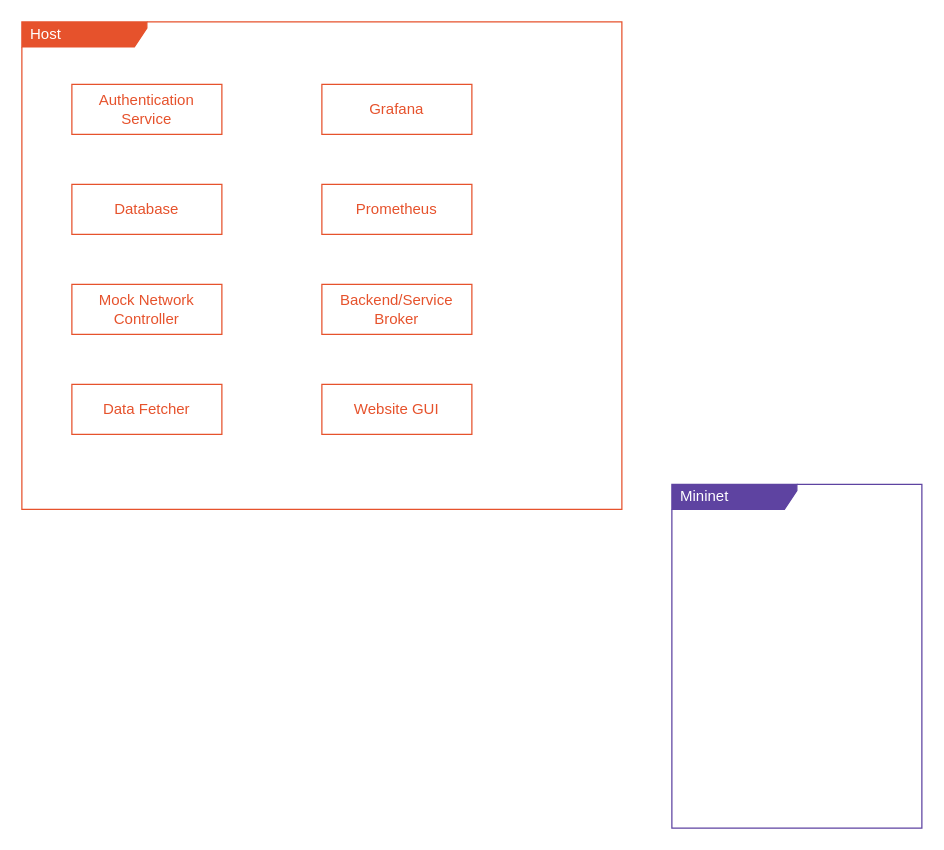
Above: page "Domain Model" (3 of 7) of documentation/diagrams/diagram-models.drawio in detiuaveiro/PECI-05-2022-23 (draw.io), before the change. Source tidied: cells renumbered, new cells numbered last; positions are measured from the earlier drawing's top-left corner, leaving out a move shared by most shapes. Both pictures are drawn from the tidied source at 125%, with x=0, y=0 at pixel (21, 21).
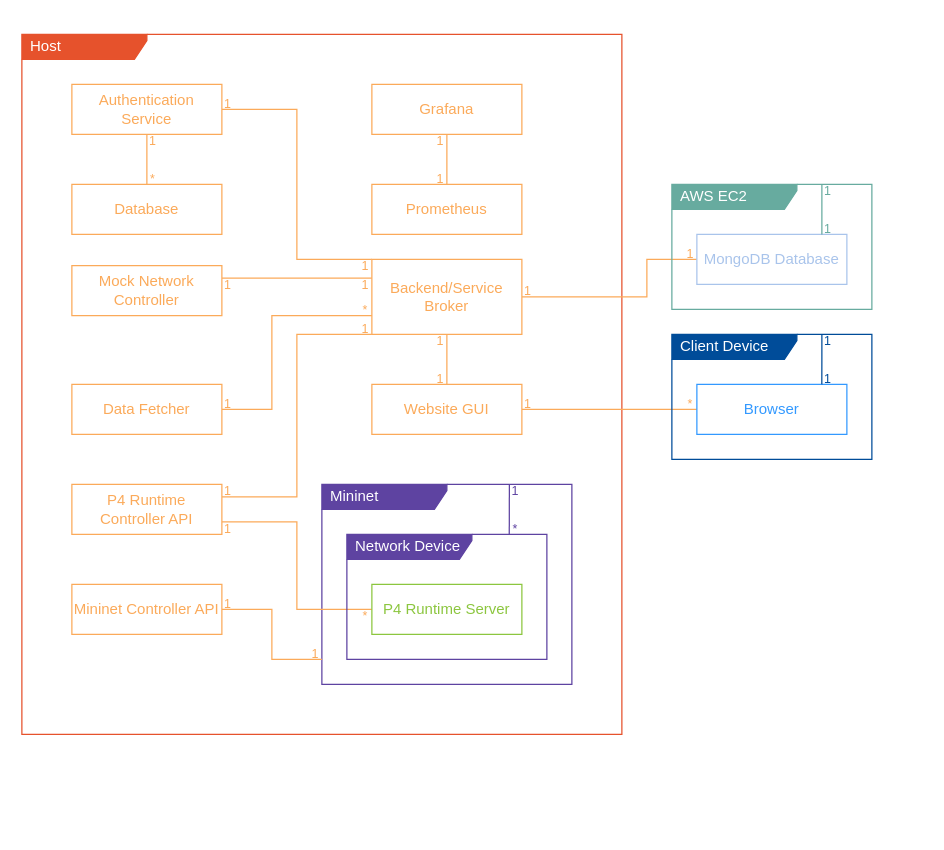
The same page after the edit.

Change to the diagram source:
```diff
@@
     <mxCell id="2" value="&lt;font color=&quot;#ffffff&quot;&gt;Host&lt;br&gt;&lt;/font&gt;" style="shape=umlFrame;whiteSpace=wrap;html=1;width=100;height=20;boundedLbl=1;verticalAlign=middle;align=left;spacingLeft=5;fontColor=#0066CC;fillColor=#E6522C;strokeColor=#E6522C;" parent="1" vertex="1">
-      <mxGeometry width="480" height="390" as="geometry" />
+      <mxGeometry y="10" width="480" height="560" as="geometry" />
     </mxCell>
     <mxCell id="3" value="&lt;font color=&quot;#ffffff&quot;&gt;Mininet&lt;/font&gt;" style="shape=umlFrame;whiteSpace=wrap;html=1;width=100;height=20;boundedLbl=1;verticalAlign=middle;align=left;spacingLeft=5;fontColor=#0066CC;fillColor=#5E43A1;strokeColor=#5E43A1;" parent="1" vertex="1">
-      <mxGeometry x="520" y="370" width="200" height="275" as="geometry" />
+      <mxGeometry x="240" y="370" width="200" height="160" as="geometry" />
     </mxCell>
+    <mxCell id="12" style="edgeStyle=orthogonalEdgeStyle;rounded=0;jettySize=auto;html=1;exitX=0.5;exitY=1;exitDx=0;exitDy=0;entryX=0.5;entryY=0;entryDx=0;entryDy=0;fontColor=#E6522C;strokeColor=#FBAA5A;endArrow=none;endFill=0;" parent="1" edge="1" source="4" target="5">
+      <mxGeometry relative="1" as="geometry" />
+    </mxCell>
+    <mxCell id="13" style="edgeStyle=orthogonalEdgeStyle;rounded=0;jettySize=auto;html=1;exitX=1;exitY=0.5;exitDx=0;exitDy=0;entryX=0;entryY=0;entryDx=0;entryDy=0;strokeColor=#FBAA5A;endArrow=none;endFill=0;" parent="1" edge="1" source="4" target="9">
+      <mxGeometry relative="1" as="geometry">
+        <Array as="points">
+          <mxPoint x="220" y="70" />
+          <mxPoint x="220" y="190" />
+        </Array>
+      </mxGeometry>
+    </mxCell>
-    <mxCell id="4" value="Authentication Service" style="html=1;whiteSpace=wrap;strokeColor=#E6522C;fontColor=#E6522C;" parent="1" vertex="1">
+    <mxCell id="4" value="Authentication Service" style="html=1;whiteSpace=wrap;strokeColor=#FBAA5A;fontColor=#FBAA5A;" parent="1" vertex="1">
       <mxGeometry x="40" y="50" width="120" height="40" as="geometry" />
     </mxCell>
-    <mxCell id="5" value="Database" style="html=1;whiteSpace=wrap;strokeColor=#E6522C;fontColor=#E6522C;" parent="1" vertex="1">
+    <mxCell id="5" value="Database" style="html=1;whiteSpace=wrap;strokeColor=#FBAA5A;fontColor=#FBAA5A;" parent="1" vertex="1">
       <mxGeometry x="40" y="130" width="120" height="40" as="geometry" />
     </mxCell>
+    <mxCell id="14" style="edgeStyle=orthogonalEdgeStyle;rounded=0;jettySize=auto;html=1;exitX=0.5;exitY=1;exitDx=0;exitDy=0;entryX=0.5;entryY=0;entryDx=0;entryDy=0;endArrow=none;endFill=0;strokeColor=#FBAA5A;" parent="1" edge="1" source="6" target="7">
+      <mxGeometry relative="1" as="geometry" />
+    </mxCell>
-    <mxCell id="6" value="Grafana" style="html=1;whiteSpace=wrap;strokeColor=#E6522C;fontColor=#E6522C;" parent="1" vertex="1">
-      <mxGeometry x="240" y="50" width="120" height="40" as="geometry" />
+    <mxCell id="6" value="Grafana" style="html=1;whiteSpace=wrap;strokeColor=#FBAA5A;fontColor=#FBAA5A;" parent="1" vertex="1">
+      <mxGeometry x="280" y="50" width="120" height="40" as="geometry" />
     </mxCell>
-    <mxCell id="7" value="Prometheus" style="html=1;whiteSpace=wrap;strokeColor=#E6522C;fontColor=#E6522C;" parent="1" vertex="1">
-      <mxGeometry x="240" y="130" width="120" height="40" as="geometry" />
+    <mxCell id="7" value="Prometheus" style="html=1;whiteSpace=wrap;strokeColor=#FBAA5A;fontColor=#FBAA5A;" parent="1" vertex="1">
+      <mxGeometry x="280" y="130" width="120" height="40" as="geometry" />
     </mxCell>
+    <mxCell id="15" style="edgeStyle=orthogonalEdgeStyle;rounded=0;jettySize=auto;html=1;exitX=1;exitY=0.25;exitDx=0;exitDy=0;entryX=0;entryY=0.25;entryDx=0;entryDy=0;strokeColor=#FBAA5A;endArrow=none;endFill=0;" parent="1" edge="1" source="8" target="9">
+      <mxGeometry relative="1" as="geometry">
+        <Array as="points">
+          <mxPoint x="160" y="205" />
+        </Array>
+      </mxGeometry>
+    </mxCell>
-    <mxCell id="8" value="Mock Network Controller" style="html=1;whiteSpace=wrap;strokeColor=#E6522C;fontColor=#E6522C;" parent="1" vertex="1">
-      <mxGeometry x="40" y="210" width="120" height="40" as="geometry" />
+    <mxCell id="8" value="Mock Network Controller" style="html=1;whiteSpace=wrap;strokeColor=#FBAA5A;fontColor=#FBAA5A;" parent="1" vertex="1">
+      <mxGeometry x="40" y="195" width="120" height="40" as="geometry" />
     </mxCell>
+    <mxCell id="16" style="edgeStyle=orthogonalEdgeStyle;rounded=0;jettySize=auto;html=1;exitX=0;exitY=1;exitDx=0;exitDy=0;entryX=1;entryY=0.25;entryDx=0;entryDy=0;strokeColor=#FBAA5A;endArrow=none;endFill=0;" parent="1" edge="1" source="9" target="22">
+      <mxGeometry relative="1" as="geometry">
+        <Array as="points">
+          <mxPoint x="220" y="250" />
+          <mxPoint x="220" y="380" />
+        </Array>
+      </mxGeometry>
+    </mxCell>
+    <mxCell id="17" style="edgeStyle=orthogonalEdgeStyle;rounded=0;jettySize=auto;html=1;exitX=0.5;exitY=1;exitDx=0;exitDy=0;entryX=0.5;entryY=0;entryDx=0;entryDy=0;endArrow=none;endFill=0;strokeColor=#FBAA5A;" parent="1" edge="1" source="9" target="11">
+      <mxGeometry relative="1" as="geometry" />
+    </mxCell>
+    <mxCell id="18" style="edgeStyle=orthogonalEdgeStyle;rounded=0;jettySize=auto;html=1;exitX=1;exitY=0.5;exitDx=0;exitDy=0;entryX=0;entryY=0.5;entryDx=0;entryDy=0;strokeColor=#FBAA5A;endArrow=none;endFill=0;" parent="1" edge="1" source="9" target="49">
+      <mxGeometry relative="1" as="geometry">
+        <Array as="points">
+          <mxPoint x="500" y="220" />
+          <mxPoint x="500" y="190" />
+        </Array>
+      </mxGeometry>
+    </mxCell>
-    <mxCell id="9" value="Backend/Service Broker" style="html=1;whiteSpace=wrap;strokeColor=#E6522C;fontColor=#E6522C;" parent="1" vertex="1">
-      <mxGeometry x="240" y="210" width="120" height="40" as="geometry" />
+    <mxCell id="9" value="Backend/Service Broker" style="html=1;whiteSpace=wrap;strokeColor=#FBAA5A;fontColor=#FBAA5A;" parent="1" vertex="1">
+      <mxGeometry x="280" y="190" width="120" height="60" as="geometry" />
     </mxCell>
+    <mxCell id="19" style="edgeStyle=orthogonalEdgeStyle;rounded=0;jettySize=auto;html=1;exitX=1;exitY=0.5;exitDx=0;exitDy=0;entryX=0;entryY=0.75;entryDx=0;entryDy=0;endArrow=none;endFill=0;strokeColor=#FBAA5A;" parent="1" edge="1" source="10" target="9">
+      <mxGeometry relative="1" as="geometry">
+        <Array as="points">
+          <mxPoint x="200" y="310" />
+          <mxPoint x="200" y="235" />
+        </Array>
+      </mxGeometry>
+    </mxCell>
-    <mxCell id="10" value="Data Fetcher" style="html=1;whiteSpace=wrap;strokeColor=#E6522C;fontColor=#E6522C;" parent="1" vertex="1">
+    <mxCell id="10" value="Data Fetcher" style="html=1;whiteSpace=wrap;strokeColor=#FBAA5A;fontColor=#FBAA5A;" parent="1" vertex="1">
       <mxGeometry x="40" y="290" width="120" height="40" as="geometry" />
     </mxCell>
+    <mxCell id="20" style="edgeStyle=orthogonalEdgeStyle;rounded=0;jettySize=auto;html=1;exitX=1;exitY=0.5;exitDx=0;exitDy=0;entryX=0;entryY=0.5;entryDx=0;entryDy=0;strokeColor=#FBAA5A;endArrow=none;endFill=0;" parent="1" edge="1" source="11" target="53">
+      <mxGeometry relative="1" as="geometry" />
+    </mxCell>
-    <mxCell id="11" value="Website GUI" style="html=1;whiteSpace=wrap;strokeColor=#E6522C;fontColor=#E6522C;" parent="1" vertex="1">
-      <mxGeometry x="240" y="290" width="120" height="40" as="geometry" />
+    <mxCell id="11" value="Website GUI" style="html=1;whiteSpace=wrap;strokeColor=#FBAA5A;fontColor=#FBAA5A;" parent="1" vertex="1">
+      <mxGeometry x="280" y="290" width="120" height="40" as="geometry" />
     </mxCell>
+    <mxCell id="21" style="edgeStyle=orthogonalEdgeStyle;rounded=0;jettySize=auto;html=1;exitX=1;exitY=0.75;exitDx=0;exitDy=0;entryX=0;entryY=0.5;entryDx=0;entryDy=0;strokeColor=#FBAA5A;endArrow=none;endFill=0;" parent="1" edge="1" source="22" target="43">
+      <mxGeometry relative="1" as="geometry" />
+    </mxCell>
+    <mxCell id="22" value="P4 Runtime Controller API" style="html=1;whiteSpace=wrap;strokeColor=#FBAA5A;fontColor=#FBAA5A;" parent="1" vertex="1">
+      <mxGeometry x="40" y="370" width="120" height="40" as="geometry" />
+    </mxCell>
+    <mxCell id="23" style="edgeStyle=orthogonalEdgeStyle;rounded=0;jettySize=auto;html=1;exitX=1;exitY=0.5;exitDx=0;exitDy=0;endArrow=none;endFill=0;strokeColor=#FBAA5A;" parent="1" edge="1" source="24">
+      <mxGeometry relative="1" as="geometry">
+        <mxPoint x="240" y="510" as="targetPoint" />
+        <Array as="points">
+          <mxPoint x="200" y="470" />
+          <mxPoint x="200" y="510" />
+        </Array>
+      </mxGeometry>
+    </mxCell>
+    <mxCell id="24" value="Mininet Controller API" style="html=1;whiteSpace=wrap;strokeColor=#FBAA5A;fontColor=#FBAA5A;" parent="1" vertex="1">
+      <mxGeometry x="40" y="450" width="120" height="40" as="geometry" />
+    </mxCell>
+    <mxCell id="25" value="1" style="text;html=1;strokeColor=none;fillColor=none;align=center;verticalAlign=middle;whiteSpace=wrap;rounded=0;fontSize=10;fontColor=#FBAA5A;" parent="1" vertex="1">
+      <mxGeometry x="330" y="90" width="10" height="10" as="geometry" />
+    </mxCell>
+    <mxCell id="26" value="1" style="text;html=1;strokeColor=none;fillColor=none;align=center;verticalAlign=middle;whiteSpace=wrap;rounded=0;fontSize=10;fontColor=#FBAA5A;" parent="1" vertex="1">
+      <mxGeometry x="330" y="120" width="10" height="10" as="geometry" />
+    </mxCell>
+    <mxCell id="27" value="*" style="text;html=1;strokeColor=none;fillColor=none;align=center;verticalAlign=middle;whiteSpace=wrap;rounded=0;fontSize=10;fontColor=#FBAA5A;" parent="1" vertex="1">
+      <mxGeometry x="100" y="120" width="10" height="10" as="geometry" />
+    </mxCell>
+    <mxCell id="28" value="1" style="text;html=1;strokeColor=none;fillColor=none;align=center;verticalAlign=middle;whiteSpace=wrap;rounded=0;fontSize=10;fontColor=#FBAA5A;" parent="1" vertex="1">
+      <mxGeometry x="100" y="90" width="10" height="10" as="geometry" />
+    </mxCell>
+    <mxCell id="29" value="1" style="text;html=1;strokeColor=none;fillColor=none;align=center;verticalAlign=middle;whiteSpace=wrap;rounded=0;fontSize=10;fontColor=#FBAA5A;" parent="1" vertex="1">
+      <mxGeometry x="160" y="60" width="10" height="10" as="geometry" />
+    </mxCell>
+    <mxCell id="30" value="1" style="text;html=1;strokeColor=none;fillColor=none;align=center;verticalAlign=middle;whiteSpace=wrap;rounded=0;fontSize=10;fontColor=#FBAA5A;" parent="1" vertex="1">
+      <mxGeometry x="270" y="190" width="10" height="10" as="geometry" />
+    </mxCell>
+    <mxCell id="31" value="1" style="text;html=1;strokeColor=none;fillColor=none;align=center;verticalAlign=middle;whiteSpace=wrap;rounded=0;fontSize=10;fontColor=#FBAA5A;" parent="1" vertex="1">
+      <mxGeometry x="270" y="205" width="10" height="10" as="geometry" />
+    </mxCell>
+    <mxCell id="32" value="1" style="text;html=1;strokeColor=none;fillColor=none;align=center;verticalAlign=middle;whiteSpace=wrap;rounded=0;fontSize=10;fontColor=#FBAA5A;" parent="1" vertex="1">
+      <mxGeometry x="160" y="205" width="10" height="10" as="geometry" />
+    </mxCell>
+    <mxCell id="33" value="*" style="text;html=1;strokeColor=none;fillColor=none;align=center;verticalAlign=middle;whiteSpace=wrap;rounded=0;fontSize=10;fontColor=#FBAA5A;" parent="1" vertex="1">
+      <mxGeometry x="270" y="225" width="10" height="10" as="geometry" />
+    </mxCell>
+    <mxCell id="34" value="1" style="text;html=1;strokeColor=none;fillColor=none;align=center;verticalAlign=middle;whiteSpace=wrap;rounded=0;fontSize=10;fontColor=#FBAA5A;" parent="1" vertex="1">
+      <mxGeometry x="160" y="300" width="10" height="10" as="geometry" />
+    </mxCell>
+    <mxCell id="35" value="1" style="text;html=1;strokeColor=none;fillColor=none;align=center;verticalAlign=middle;whiteSpace=wrap;rounded=0;fontSize=10;fontColor=#FBAA5A;" parent="1" vertex="1">
+      <mxGeometry x="270" y="240" width="10" height="10" as="geometry" />
+    </mxCell>
+    <mxCell id="36" value="1" style="text;html=1;strokeColor=none;fillColor=none;align=center;verticalAlign=middle;whiteSpace=wrap;rounded=0;fontSize=10;fontColor=#FBAA5A;" parent="1" vertex="1">
+      <mxGeometry x="160" y="370" width="10" height="10" as="geometry" />
+    </mxCell>
+    <mxCell id="37" value="1" style="text;html=1;strokeColor=none;fillColor=none;align=center;verticalAlign=middle;whiteSpace=wrap;rounded=0;fontSize=10;fontColor=#FBAA5A;" parent="1" vertex="1">
+      <mxGeometry x="330" y="250" width="10" height="10" as="geometry" />
+    </mxCell>
+    <mxCell id="38" value="1" style="text;html=1;strokeColor=none;fillColor=none;align=center;verticalAlign=middle;whiteSpace=wrap;rounded=0;fontSize=10;fontColor=#FBAA5A;" parent="1" vertex="1">
+      <mxGeometry x="330" y="280" width="10" height="10" as="geometry" />
+    </mxCell>
+    <mxCell id="39" value="&lt;font color=&quot;#ffffff&quot;&gt;Network Device&lt;/font&gt;" style="shape=umlFrame;whiteSpace=wrap;html=1;width=100;height=20;boundedLbl=1;verticalAlign=middle;align=left;spacingLeft=5;fontColor=#0066CC;fillColor=#5E43A1;strokeColor=#5E43A1;" parent="1" vertex="1">
+      <mxGeometry x="260" y="410" width="160" height="100" as="geometry" />
+    </mxCell>
+    <mxCell id="40" style="edgeStyle=orthogonalEdgeStyle;rounded=0;jettySize=auto;html=1;endArrow=none;endFill=0;strokeColor=#5E43A1;exitX=0.75;exitY=0;exitDx=0;exitDy=0;exitPerimeter=0;entryX=0.812;entryY=-0.001;entryDx=0;entryDy=0;entryPerimeter=0;" parent="1" edge="1" source="3" target="39">
+      <mxGeometry relative="1" as="geometry">
+        <Array as="points">
+          <mxPoint x="390" y="370" />
+        </Array>
+      </mxGeometry>
+    </mxCell>
+    <mxCell id="41" value="1" style="text;html=1;strokeColor=none;fillColor=none;align=center;verticalAlign=middle;whiteSpace=wrap;rounded=0;fontSize=10;fontColor=#5E43A1;" parent="1" vertex="1">
+      <mxGeometry x="390" y="370" width="10" height="10" as="geometry" />
+    </mxCell>
+    <mxCell id="42" value="*" style="text;html=1;strokeColor=none;fillColor=none;align=center;verticalAlign=middle;whiteSpace=wrap;rounded=0;fontSize=10;fontColor=#5E43A1;" parent="1" vertex="1">
+      <mxGeometry x="390" y="400" width="10" height="10" as="geometry" />
+    </mxCell>
+    <mxCell id="43" value="P4 Runtime Server" style="html=1;whiteSpace=wrap;strokeColor=#8CC63F;fontColor=#8CC63F;" parent="1" vertex="1">
+      <mxGeometry x="280" y="450" width="120" height="40" as="geometry" />
+    </mxCell>
+    <mxCell id="44" value="1" style="text;html=1;strokeColor=none;fillColor=none;align=center;verticalAlign=middle;whiteSpace=wrap;rounded=0;fontSize=10;fontColor=#FBAA5A;" parent="1" vertex="1">
+      <mxGeometry x="160" y="400" width="10" height="10" as="geometry" />
+    </mxCell>
+    <mxCell id="45" value="*" style="text;html=1;strokeColor=none;fillColor=none;align=center;verticalAlign=middle;whiteSpace=wrap;rounded=0;fontSize=10;fontColor=#FBAA5A;" parent="1" vertex="1">
+      <mxGeometry x="270" y="470" width="10" height="10" as="geometry" />
+    </mxCell>
+    <mxCell id="46" value="1" style="text;html=1;strokeColor=none;fillColor=none;align=center;verticalAlign=middle;whiteSpace=wrap;rounded=0;fontSize=10;fontColor=#FBAA5A;" parent="1" vertex="1">
+      <mxGeometry x="160" y="460" width="10" height="10" as="geometry" />
+    </mxCell>
+    <mxCell id="47" value="1" style="text;html=1;strokeColor=none;fillColor=none;align=center;verticalAlign=middle;whiteSpace=wrap;rounded=0;fontSize=10;fontColor=#FBAA5A;" parent="1" vertex="1">
+      <mxGeometry x="230" y="500" width="10" height="10" as="geometry" />
+    </mxCell>
+    <mxCell id="48" value="&lt;font color=&quot;#ffffff&quot;&gt;AWS EC2&lt;/font&gt;" style="shape=umlFrame;whiteSpace=wrap;html=1;width=100;height=20;boundedLbl=1;verticalAlign=middle;align=left;spacingLeft=5;fontColor=#0066CC;fillColor=#67AB9F;strokeColor=#67AB9F;" parent="1" vertex="1">
+      <mxGeometry x="520" y="130" width="160" height="100" as="geometry" />
+    </mxCell>
+    <mxCell id="49" value="MongoDB Database" style="html=1;whiteSpace=wrap;strokeColor=#A9C4EB;fontColor=#A9C4EB;" parent="1" vertex="1">
+      <mxGeometry x="540" y="170" width="120" height="40" as="geometry" />
+    </mxCell>
+    <mxCell id="50" value="1" style="text;html=1;strokeColor=none;fillColor=none;align=center;verticalAlign=middle;whiteSpace=wrap;rounded=0;fontSize=10;fontColor=#FBAA5A;" parent="1" vertex="1">
+      <mxGeometry x="400" y="210" width="10" height="10" as="geometry" />
+    </mxCell>
+    <mxCell id="51" value="1" style="text;html=1;strokeColor=none;fillColor=none;align=center;verticalAlign=middle;whiteSpace=wrap;rounded=0;fontSize=10;fontColor=#FBAA5A;" parent="1" vertex="1">
+      <mxGeometry x="530" y="180" width="10" height="10" as="geometry" />
+    </mxCell>
+    <mxCell id="52" value="&lt;font color=&quot;#ffffff&quot;&gt;Client Device&lt;/font&gt;" style="shape=umlFrame;whiteSpace=wrap;html=1;width=100;height=20;boundedLbl=1;verticalAlign=middle;align=left;spacingLeft=5;fontColor=#0066CC;fillColor=#004C99;strokeColor=#004C99;" parent="1" vertex="1">
+      <mxGeometry x="520" y="250" width="160" height="100" as="geometry" />
+    </mxCell>
+    <mxCell id="53" value="Browser" style="html=1;whiteSpace=wrap;strokeColor=#3399FF;fontColor=#3399FF;" parent="1" vertex="1">
+      <mxGeometry x="540" y="290" width="120" height="40" as="geometry" />
+    </mxCell>
+    <mxCell id="54" value="1" style="text;html=1;strokeColor=none;fillColor=none;align=center;verticalAlign=middle;whiteSpace=wrap;rounded=0;fontSize=10;fontColor=#FBAA5A;" parent="1" vertex="1">
+      <mxGeometry x="400" y="300" width="10" height="10" as="geometry" />
+    </mxCell>
+    <mxCell id="55" value="*" style="text;html=1;strokeColor=none;fillColor=none;align=center;verticalAlign=middle;whiteSpace=wrap;rounded=0;fontSize=10;fontColor=#FBAA5A;" parent="1" vertex="1">
+      <mxGeometry x="530" y="300" width="10" height="10" as="geometry" />
+    </mxCell>
+    <mxCell id="56" style="edgeStyle=orthogonalEdgeStyle;rounded=0;jettySize=auto;html=1;endArrow=none;endFill=0;exitX=0.75;exitY=0;exitDx=0;exitDy=0;exitPerimeter=0;strokeColor=#67AB9F;" parent="1" edge="1" source="48">
+      <mxGeometry relative="1" as="geometry">
+        <mxPoint x="640" y="170" as="targetPoint" />
+        <Array as="points">
+          <mxPoint x="640" y="140" />
+          <mxPoint x="640" y="140" />
+        </Array>
+      </mxGeometry>
+    </mxCell>
+    <mxCell id="57" value="1" style="text;html=1;strokeColor=none;fillColor=none;align=center;verticalAlign=middle;whiteSpace=wrap;rounded=0;fontSize=10;fontColor=#67AB9F;" parent="1" vertex="1">
+      <mxGeometry x="640" y="130" width="10" height="10" as="geometry" />
+    </mxCell>
+    <mxCell id="58" value="1" style="text;html=1;strokeColor=none;fillColor=none;align=center;verticalAlign=middle;whiteSpace=wrap;rounded=0;fontSize=10;fontColor=#67AB9F;" parent="1" vertex="1">
+      <mxGeometry x="640" y="160" width="10" height="10" as="geometry" />
+    </mxCell>
+    <mxCell id="59" style="edgeStyle=orthogonalEdgeStyle;rounded=0;jettySize=auto;html=1;entryX=0.833;entryY=0;entryDx=0;entryDy=0;entryPerimeter=0;exitX=0.75;exitY=0;exitDx=0;exitDy=0;exitPerimeter=0;strokeColor=#004C99;endArrow=none;endFill=0;" parent="1" edge="1" source="52" target="53">
+      <mxGeometry relative="1" as="geometry">
+        <Array as="points">
+          <mxPoint x="640" y="270" />
+          <mxPoint x="640" y="270" />
+        </Array>
+      </mxGeometry>
+    </mxCell>
+    <mxCell id="60" value="1" style="text;html=1;strokeColor=none;fillColor=none;align=center;verticalAlign=middle;whiteSpace=wrap;rounded=0;fontSize=10;fontColor=#004C99;" parent="1" vertex="1">
+      <mxGeometry x="640" y="250" width="10" height="10" as="geometry" />
+    </mxCell>
+    <mxCell id="61" value="1" style="text;html=1;strokeColor=none;fillColor=none;align=center;verticalAlign=middle;whiteSpace=wrap;rounded=0;fontSize=10;fontColor=#004C99;" parent="1" vertex="1">
+      <mxGeometry x="640" y="280" width="10" height="10" as="geometry" />
+    </mxCell>
```
